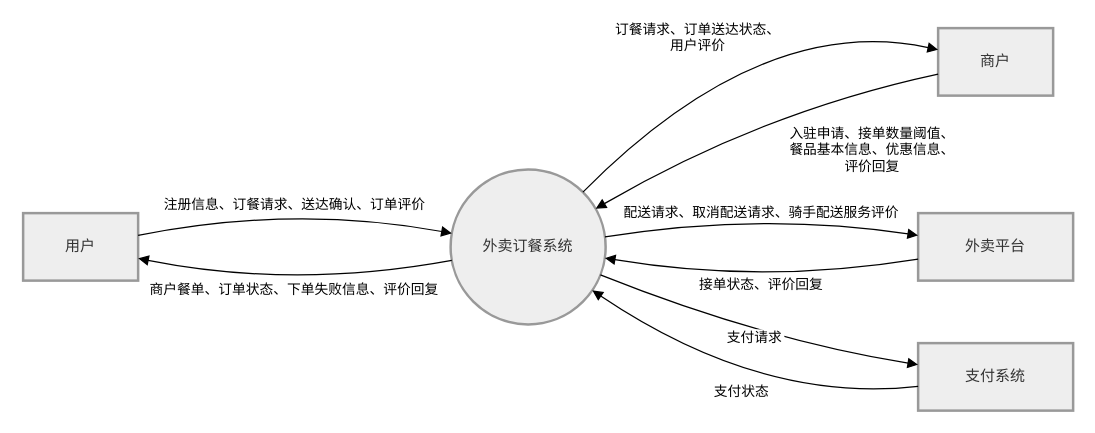
Earlier version of the draw.io diagram 3，4章 53.drawio (Jackrainman/draw.io). Source tidied: cells renumbered, new cells numbered last; positions are measured from the earlier drawing's top-left corner, leaving out a move shared by most shapes. Both pictures are drawn from the tidied source at 125%, with x=0, y=0 at pixel (22, 11).
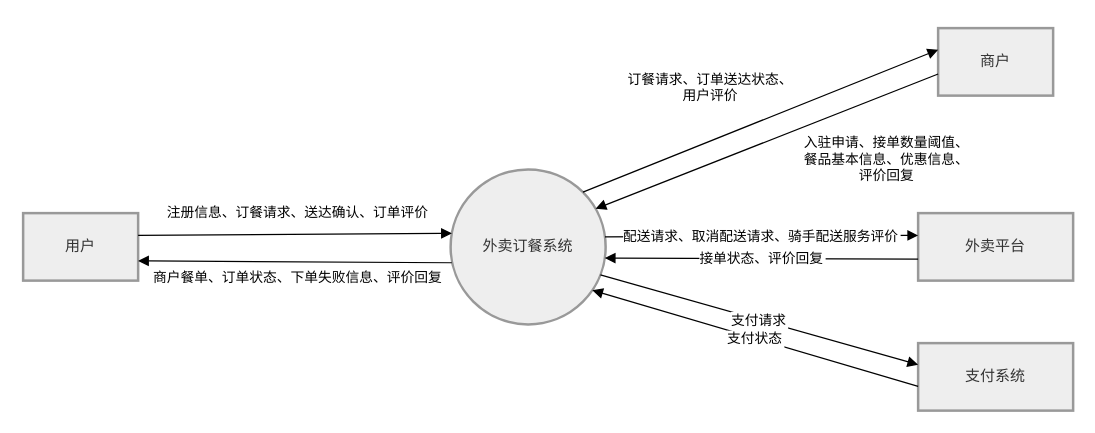
The same page after the edit.

Unchanged cells that the change refers to:
```xml
<mxCell id="2" value="用户" style="whiteSpace=wrap;strokeWidth=2;fillColor=light-dark(#eeeeee,#1f2020);strokeColor=light-dark(#999999,#cccccc);fontColor=light-dark(#333333,#cccccc);" parent="1" vertex="1">
  <mxGeometry y="161" width="92" height="54" as="geometry" />
</mxCell>
<mxCell id="3" value="商户" style="whiteSpace=wrap;strokeWidth=2;fillColor=light-dark(#eeeeee,#1f2020);strokeColor=light-dark(#999999,#cccccc);fontColor=light-dark(#333333,#cccccc);" parent="1" vertex="1">
  <mxGeometry x="732" y="13" width="92" height="54" as="geometry" />
</mxCell>
<mxCell id="4" value="外卖平台" style="whiteSpace=wrap;strokeWidth=2;fillColor=light-dark(#eeeeee,#1f2020);strokeColor=light-dark(#999999,#cccccc);fontColor=light-dark(#333333,#cccccc);" parent="1" vertex="1">
  <mxGeometry x="716" y="161" width="124" height="54" as="geometry" />
</mxCell>
<mxCell id="5" value="支付系统" style="whiteSpace=wrap;strokeWidth=2;fillColor=light-dark(#eeeeee,#1f2020);strokeColor=light-dark(#999999,#cccccc);fontColor=light-dark(#333333,#cccccc);" parent="1" vertex="1">
  <mxGeometry x="716" y="265" width="124" height="54" as="geometry" />
</mxCell>
<mxCell id="6" value="外卖订餐系统" style="ellipse;strokeWidth=2;whiteSpace=wrap;fillColor=light-dark(#eeeeee,#1f2020);strokeColor=light-dark(#999999,#cccccc);fontColor=light-dark(#333333,#cccccc);" parent="1" vertex="1">
  <mxGeometry x="342" y="126" width="124" height="124" as="geometry" />
</mxCell>
```

The edit, as a diff of the source:
```diff
@@
-    <mxCell id="7" value="注册信息、订餐请求、送达确认、订单评价" style="curved=1;startArrow=none;endArrow=block;exitX=1;exitY=0.33;entryX=0;entryY=0.41;rounded=0;" parent="1" edge="1" source="2" target="6">
-      <mxGeometry relative="1" as="geometry">
-        <Array as="points">
-          <mxPoint x="217" y="154" />
-        </Array>
-      </mxGeometry>
+    <mxCell id="7" value="注册信息、订餐请求、送达确认、订单评价" style="startArrow=none;endArrow=block;exitX=1;exitY=0.33;entryX=0;entryY=0.41;rounded=0;" parent="1" edge="1" source="2" target="6">
+      <mxGeometry x="0.02" y="18" relative="1" as="geometry" />
     </mxCell>
-    <mxCell id="8" value="商户餐单、订单状态、下单失败信息、评价回复" style="curved=1;startArrow=none;endArrow=block;exitX=0;exitY=0.59;entryX=1;entryY=0.67;rounded=0;" parent="1" edge="1" source="6" target="2">
-      <mxGeometry relative="1" as="geometry">
-        <Array as="points">
-          <mxPoint x="217" y="222" />
-        </Array>
+    <mxCell id="8" value="商户餐单、订单状态、下单失败信息、评价回复" style="startArrow=none;endArrow=block;exitX=0;exitY=0.59;entryX=1;entryY=0.67;rounded=0;" parent="1" edge="1">
+      <mxGeometry x="-0.02" y="12" relative="1" as="geometry">
+        <mxPoint x="342.9" y="200.7" as="sourcePoint" />
+        <mxPoint x="92" y="199.2" as="targetPoint" />
       </mxGeometry>
     </mxCell>
-    <mxCell id="9" value="入驻申请、接单数量阈值、&#10;餐品基本信息、优惠信息、&#10;评价回复" style="curved=1;startArrow=none;endArrow=block;exitX=0;exitY=0.68;entryX=1;entryY=0.21;rounded=0;" parent="1" edge="1" source="3" target="6">
-      <mxGeometry x="-0.57" y="48" relative="1" as="geometry">
-        <Array as="points">
-          <mxPoint x="591" y="80" />
-        </Array>
-      </mxGeometry>
+    <mxCell id="9" value="入驻申请、接单数量阈值、&#10;餐品基本信息、优惠信息、&#10;评价回复" style="startArrow=none;endArrow=block;exitX=0;exitY=0.68;entryX=1;entryY=0.21;rounded=0;" parent="1" edge="1" source="3" target="6">
+      <mxGeometry x="-0.57" y="48" relative="1" as="geometry" />
     </mxCell>
-    <mxCell id="10" value="订餐请求、订单送达状态、&#10;用户评价" style="curved=1;startArrow=none;endArrow=block;exitX=1;exitY=0;entryX=0;entryY=0.32;rounded=0;" parent="1" edge="1" source="6" target="3">
-      <mxGeometry x="-0.12" y="22" relative="1" as="geometry">
-        <Array as="points">
-          <mxPoint x="591" />
-        </Array>
-      </mxGeometry>
+    <mxCell id="10" value="订餐请求、订单送达状态、&#10;用户评价" style="startArrow=none;endArrow=block;exitX=1;exitY=0;entryX=0;entryY=0.32;rounded=0;" parent="1" edge="1" source="6" target="3">
+      <mxGeometry x="-0.18" y="40" relative="1" as="geometry" />
     </mxCell>
-    <mxCell id="11" value="配送请求、取消配送请求、骑手配送服务评价" style="curved=1;startArrow=none;endArrow=block;exitX=1;exitY=0.43;entryX=0;entryY=0.33;rounded=0;" parent="1" edge="1" source="6" target="4">
-      <mxGeometry relative="1" as="geometry">
-        <Array as="points">
-          <mxPoint x="591" y="160" />
-        </Array>
-      </mxGeometry>
+    <mxCell id="11" value="配送请求、取消配送请求、骑手配送服务评价" style="startArrow=none;endArrow=block;exitX=1;exitY=0.43;entryX=0;entryY=0.33;rounded=0;" parent="1" edge="1" source="6" target="4">
+      <mxGeometry relative="1" as="geometry" />
     </mxCell>
-    <mxCell id="12" value="接单状态、评价回复" style="curved=1;startArrow=none;endArrow=block;exitX=0;exitY=0.68;entryX=1;entryY=0.58;rounded=0;" parent="1" edge="1" source="4" target="6">
-      <mxGeometry relative="1" as="geometry">
-        <Array as="points">
-          <mxPoint x="591" y="218" />
-        </Array>
-      </mxGeometry>
+    <mxCell id="12" value="接单状态、评价回复" style="startArrow=none;endArrow=block;exitX=0;exitY=0.68;entryX=1;entryY=0.58;rounded=0;" parent="1" edge="1" source="4" target="6">
+      <mxGeometry relative="1" as="geometry" />
     </mxCell>
-    <mxCell id="13" value="支付请求" style="curved=1;startArrow=none;endArrow=block;exitX=1;exitY=0.7;entryX=0;entryY=0.32;rounded=0;" parent="1" edge="1" source="6" target="5">
-      <mxGeometry relative="1" as="geometry">
-        <Array as="points">
-          <mxPoint x="591" y="262" />
-        </Array>
-      </mxGeometry>
+    <mxCell id="13" value="支付请求" style="startArrow=none;endArrow=block;exitX=1;exitY=0.7;entryX=0;entryY=0.32;rounded=0;" parent="1" edge="1" source="6" target="5">
+      <mxGeometry relative="1" as="geometry" />
     </mxCell>
-    <mxCell id="14" value="支付状态" style="curved=1;startArrow=none;endArrow=block;exitX=0;exitY=0.64;entryX=1;entryY=0.84;rounded=0;" parent="1" edge="1" source="5" target="6">
-      <mxGeometry relative="1" as="geometry">
-        <Array as="points">
-          <mxPoint x="591" y="314" />
-        </Array>
-      </mxGeometry>
+    <mxCell id="14" value="支付状态" style="startArrow=none;endArrow=block;exitX=0;exitY=0.64;entryX=1;entryY=0.84;rounded=0;" parent="1" edge="1" source="5" target="6">
+      <mxGeometry relative="1" as="geometry" />
     </mxCell>
```
